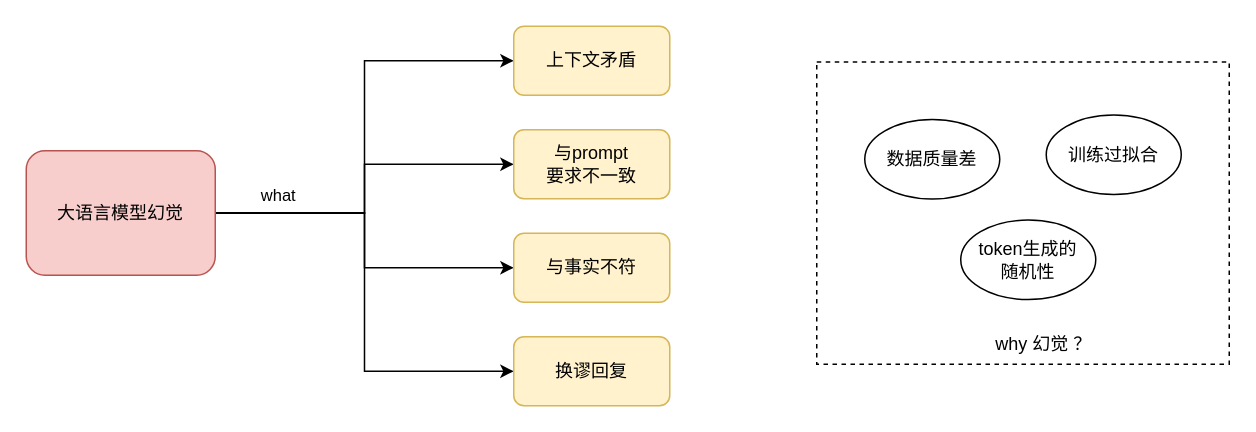
The draw.io diagram page "大语言模型幻觉" (3 of 4) of AI应用技术分享.drawio in joeylin/draw.io, before the edit. Source tidied: cells renumbered, new cells numbered last; positions are measured from the earlier drawing's top-left corner, leaving out a move shared by most shapes. Both pictures are drawn from the tidied source at 150%, with x=0, y=0 at pixel (26, 26).
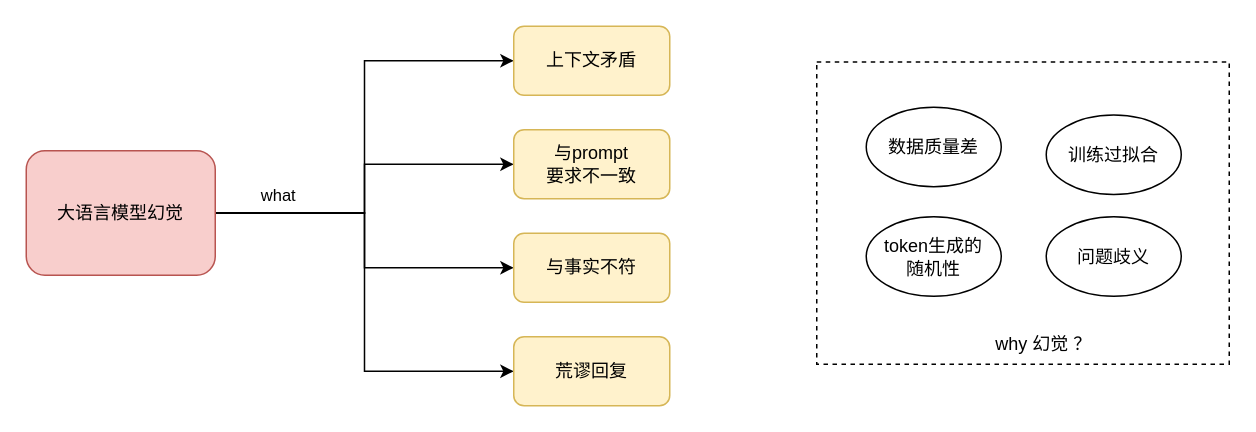
After the change.

Commit message:
更新AI应用技术分享1.drawio

The edit, as a diff of the source:
```diff
@@
 <mxGraphModel>
   <root>
     <mxCell id="0" />
     <mxCell id="1" parent="0" />
     <mxCell id="2" style="rounded=0;whiteSpace=wrap;html=1;dashed=1;" parent="1" vertex="1">
       <mxGeometry x="527" y="23.8" width="275" height="201.5" as="geometry" />
     </mxCell>
     <mxCell id="3" style="edgeStyle=orthogonalEdgeStyle;rounded=0;jettySize=auto;html=1;entryX=0;entryY=0.5;entryDx=0;entryDy=0;" parent="1" edge="1" source="8" target="9">
       <mxGeometry relative="1" as="geometry" />
     </mxCell>
     <mxCell id="4" style="edgeStyle=orthogonalEdgeStyle;rounded=0;jettySize=auto;html=1;entryX=0;entryY=0.5;entryDx=0;entryDy=0;" parent="1" edge="1" source="8" target="10">
       <mxGeometry relative="1" as="geometry" />
     </mxCell>
     <mxCell id="5" style="edgeStyle=orthogonalEdgeStyle;rounded=0;jettySize=auto;html=1;entryX=0;entryY=0.5;entryDx=0;entryDy=0;" parent="1" edge="1" source="8" target="11">
       <mxGeometry relative="1" as="geometry" />
     </mxCell>
     <mxCell id="6" style="edgeStyle=orthogonalEdgeStyle;rounded=0;jettySize=auto;html=1;entryX=0;entryY=0.5;entryDx=0;entryDy=0;" parent="1" edge="1" source="8" target="12">
       <mxGeometry relative="1" as="geometry" />
     </mxCell>
     <mxCell id="7" value="what" style="edgeLabel;html=1;align=center;verticalAlign=middle;" parent="6" vertex="1">
       <mxGeometry x="-0.74" relative="1" as="geometry">
         <mxPoint x="1" y="-12" as="offset" />
       </mxGeometry>
     </mxCell>
     <mxCell id="8" value="大语言模型幻觉" style="rounded=1;whiteSpace=wrap;html=1;fillColor=#f8cecc;strokeColor=#b85450;" parent="1" vertex="1">
       <mxGeometry y="83" width="126" height="83" as="geometry" />
     </mxCell>
     <mxCell id="9" value="上下文矛盾" style="rounded=1;whiteSpace=wrap;html=1;fillColor=#fff2cc;strokeColor=#d6b656;" parent="1" vertex="1">
       <mxGeometry x="325" width="104" height="46" as="geometry" />
     </mxCell>
     <mxCell id="10" value="与prompt&lt;div&gt;要求不一致&lt;/div&gt;" style="rounded=1;whiteSpace=wrap;html=1;fillColor=#fff2cc;strokeColor=#d6b656;" parent="1" vertex="1">
       <mxGeometry x="325" y="69" width="104" height="46" as="geometry" />
     </mxCell>
     <mxCell id="11" value="与事实不符" style="rounded=1;whiteSpace=wrap;html=1;fillColor=#fff2cc;strokeColor=#d6b656;" parent="1" vertex="1">
       <mxGeometry x="325" y="138" width="104" height="46" as="geometry" />
     </mxCell>
-    <mxCell id="12" value="换谬回复" style="rounded=1;whiteSpace=wrap;html=1;fillColor=#fff2cc;strokeColor=#d6b656;" parent="1" vertex="1">
+    <mxCell id="12" value="荒谬回复" style="rounded=1;whiteSpace=wrap;html=1;fillColor=#fff2cc;strokeColor=#d6b656;" parent="1" vertex="1">
       <mxGeometry x="325" y="207" width="104" height="46" as="geometry" />
     </mxCell>
     <mxCell id="13" value="数据质量差" style="ellipse;whiteSpace=wrap;html=1;" parent="1" vertex="1">
-      <mxGeometry x="559" y="62.2" width="90" height="53" as="geometry" />
+      <mxGeometry x="560" y="54" width="90" height="53" as="geometry" />
     </mxCell>
     <mxCell id="14" value="训练过拟合" style="ellipse;whiteSpace=wrap;html=1;" parent="1" vertex="1">
       <mxGeometry x="680" y="59.2" width="90" height="53" as="geometry" />
     </mxCell>
     <mxCell id="15" value="token生成的&lt;div&gt;随机性&lt;/div&gt;" style="ellipse;whiteSpace=wrap;html=1;" parent="1" vertex="1">
-      <mxGeometry x="623" y="129.2" width="90" height="53" as="geometry" />
+      <mxGeometry x="560" y="127" width="90" height="53" as="geometry" />
     </mxCell>
     <mxCell id="16" value="why 幻觉 ？" style="text;html=1;align=center;verticalAlign=middle;strokeColor=none;fillColor=none;" parent="1" vertex="1">
       <mxGeometry x="637" y="199.2" width="82" height="26" as="geometry" />
     </mxCell>
+    <mxCell id="17" value="问题歧义" style="ellipse;whiteSpace=wrap;html=1;" parent="1" vertex="1">
+      <mxGeometry x="680" y="127" width="90" height="53" as="geometry" />
+    </mxCell>
   </root>
 </mxGraphModel>
```
